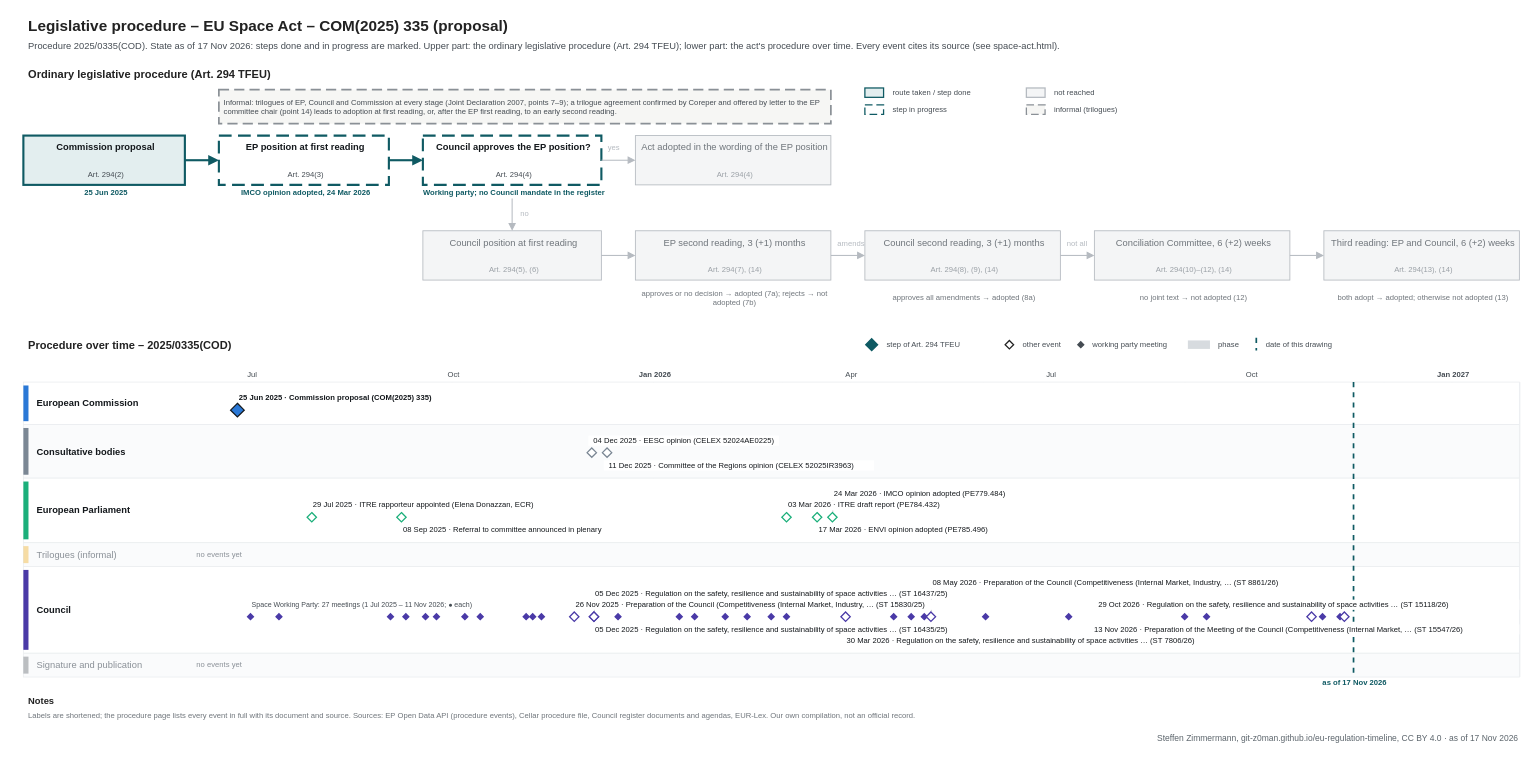
Above: procedures/space-act.drawio in git-z0man/eu-regulation-timeline (draw.io), before the change. Source tidied: cells renumbered, new cells numbered last; positions are measured from the earlier drawing's top-left corner, leaving out a move shared by most shapes. Both pictures are drawn from the tidied source at 85%, with x=0, y=0 at pixel (14, 14).
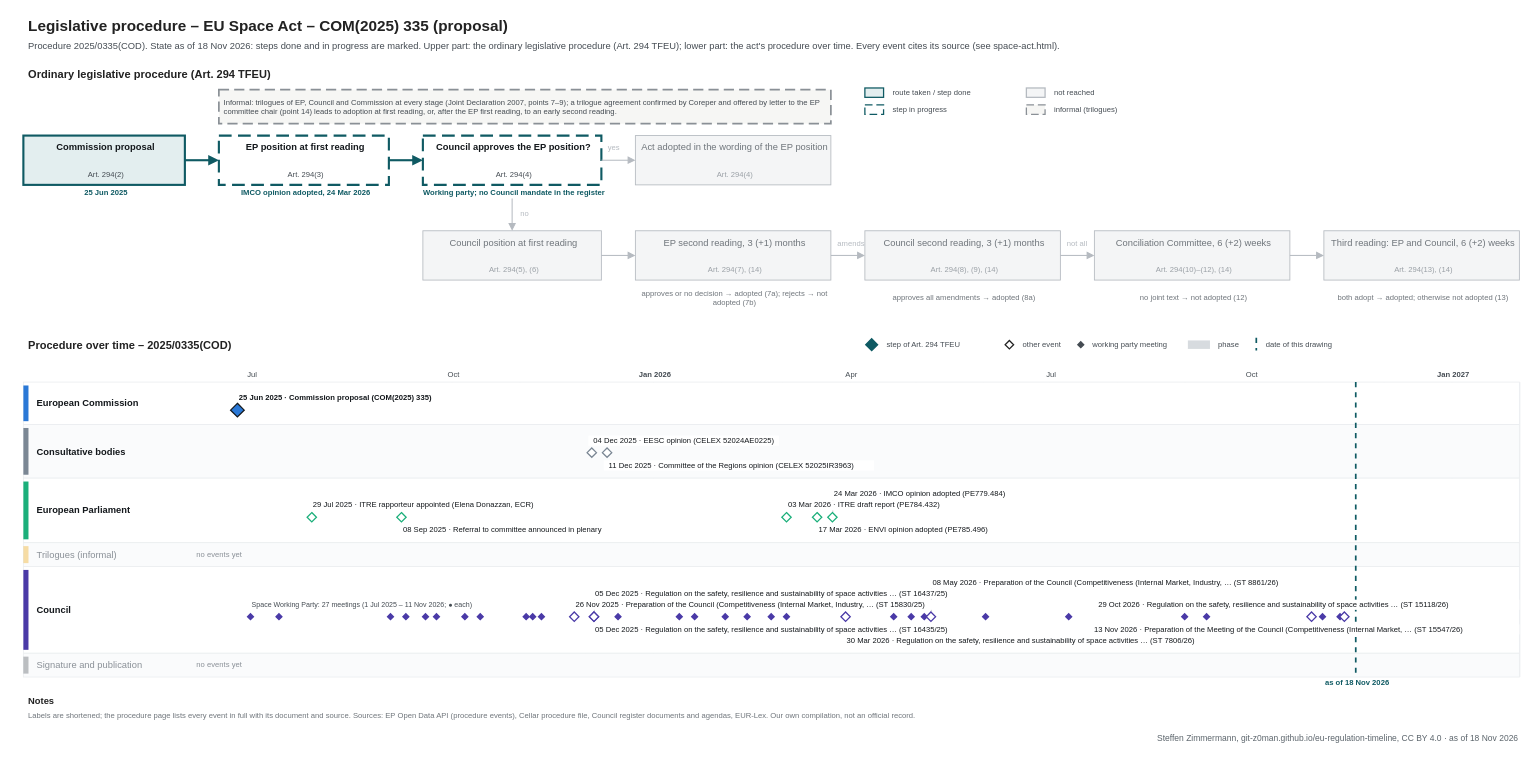
After the change.

Diff of the diagram source:
```diff
@@
-    <mxCell id="3" value="Procedure 2025/0335(COD). State as of 17 Nov 2026: steps done and in progress are marked. Upper part: the ordinary legislative procedure (Art. 294 TFEU); lower part: the act's procedure over time. Every event cites its source (see space-act.html)." style="text;html=1;fontSize=11;fontColor=#454c53;align=left;verticalAlign=middle;spacingLeft=4;" parent="1" vertex="1">
+    <mxCell id="3" value="Procedure 2025/0335(COD). State as of 18 Nov 2026: steps done and in progress are marked. Upper part: the ordinary legislative procedure (Art. 294 TFEU); lower part: the act's procedure over time. Every event cites its source (see space-act.html)." style="text;html=1;fontSize=11;fontColor=#454c53;align=left;verticalAlign=middle;spacingLeft=4;" parent="1" vertex="1">
       <mxGeometry x="10" y="28" width="1700" height="18" as="geometry" />
     </mxCell>
@@
     <mxCell id="120" style="line;html=1;strokeWidth=2;strokeColor=#0f5a63;direction=south;dashed=1;" parent="1" vertex="1">
-      <mxGeometry x="1574.4" y="432" width="1" height="347" as="geometry" />
+      <mxGeometry x="1577" y="432" width="1" height="347" as="geometry" />
     </mxCell>
-    <mxCell id="121" value="as of 17 Nov 2026" style="text;html=1;fontSize=9;fontColor=#0f5a63;align=center;verticalAlign=middle;spacingLeft=4;fontStyle=1;" parent="1" vertex="1">
-      <mxGeometry x="1514.4" y="780" width="120" height="12" as="geometry" />
+    <mxCell id="121" value="as of 18 Nov 2026" style="text;html=1;fontSize=9;fontColor=#0f5a63;align=center;verticalAlign=middle;spacingLeft=4;fontStyle=1;" parent="1" vertex="1">
+      <mxGeometry x="1517" y="780" width="120" height="12" as="geometry" />
     </mxCell>
@@
-    <mxCell id="186" value="Steffen Zimmermann, git-z0man.github.io/eu-regulation-timeline, CC BY 4.0 · as of 17 Nov 2026" style="text;html=1;fontSize=10;fontColor=#5b646b;align=right;verticalAlign=middle;spacingLeft=4;" parent="1" vertex="1">
+    <mxCell id="186" value="Steffen Zimmermann, git-z0man.github.io/eu-regulation-timeline, CC BY 4.0 · as of 18 Nov 2026" style="text;html=1;fontSize=10;fontColor=#5b646b;align=right;verticalAlign=middle;spacingLeft=4;" parent="1" vertex="1">
       <mxGeometry x="10" y="843" width="1760" height="16" as="geometry" />
     </mxCell>
```
